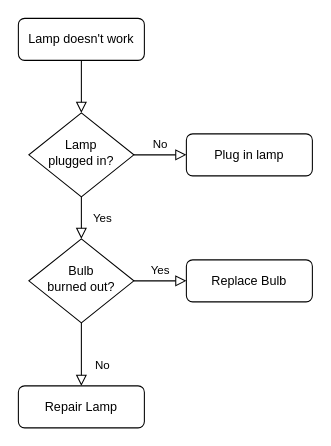
jimmy-do/100-days-of-Python keeps this draw.io diagram as day6/Untitled Diagram.drawio. Above is the earlier version. Source tidied: cells renumbered, new cells numbered last; positions are measured from the earlier drawing's top-left corner, leaving out a move shared by most shapes. Both pictures are drawn from the tidied source at 105%, with x=0, y=0 at pixel (18, 18).
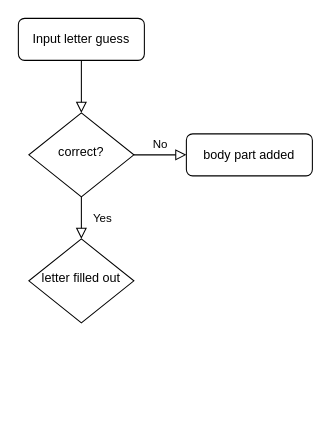
Above is the later version.

The edit, as a diff of the source:
```diff
@@
 <mxGraphModel>
   <root>
     <mxCell id="0" />
     <mxCell id="1" parent="0" />
     <mxCell id="2" style="rounded=0;html=1;jettySize=auto;fontSize=11;endArrow=block;endFill=0;endSize=8;strokeWidth=1;shadow=0;labelBackgroundColor=none;edgeStyle=orthogonalEdgeStyle;" parent="1" edge="1" source="3" target="6">
       <mxGeometry relative="1" as="geometry" />
     </mxCell>
-    <mxCell id="3" value="Lamp doesn't work" style="rounded=1;whiteSpace=wrap;html=1;fontSize=12;glass=0;strokeWidth=1;shadow=0;" parent="1" vertex="1">
+    <mxCell id="3" value="Input letter guess" style="rounded=1;whiteSpace=wrap;html=1;fontSize=12;glass=0;strokeWidth=1;shadow=0;" parent="1" vertex="1">
       <mxGeometry width="120" height="40" as="geometry" />
     </mxCell>
     <mxCell id="4" value="Yes" style="rounded=0;html=1;jettySize=auto;fontSize=11;endArrow=block;endFill=0;endSize=8;strokeWidth=1;shadow=0;labelBackgroundColor=none;edgeStyle=orthogonalEdgeStyle;" parent="1" edge="1" source="6" target="10">
       <mxGeometry y="20" relative="1" as="geometry" />
     </mxCell>
     <mxCell id="5" value="No" style="edgeStyle=orthogonalEdgeStyle;rounded=0;html=1;jettySize=auto;fontSize=11;endArrow=block;endFill=0;endSize=8;strokeWidth=1;shadow=0;labelBackgroundColor=none;" parent="1" edge="1" source="6" target="7">
       <mxGeometry y="10" relative="1" as="geometry" />
     </mxCell>
-    <mxCell id="6" value="Lamp&lt;br&gt;plugged in?" style="rhombus;whiteSpace=wrap;html=1;shadow=0;fontFamily=Helvetica;fontSize=12;align=center;strokeWidth=1;spacing=6;spacingTop=-4;" parent="1" vertex="1">
+    <mxCell id="6" value="correct?" style="rhombus;whiteSpace=wrap;html=1;shadow=0;fontFamily=Helvetica;fontSize=12;align=center;strokeWidth=1;spacing=6;spacingTop=-4;" parent="1" vertex="1">
       <mxGeometry x="10" y="90" width="100" height="80" as="geometry" />
     </mxCell>
-    <mxCell id="7" value="Plug in lamp" style="rounded=1;whiteSpace=wrap;html=1;fontSize=12;glass=0;strokeWidth=1;shadow=0;" parent="1" vertex="1">
+    <mxCell id="7" value="body part added" style="rounded=1;whiteSpace=wrap;html=1;fontSize=12;glass=0;strokeWidth=1;shadow=0;" parent="1" vertex="1">
       <mxGeometry x="160" y="110" width="120" height="40" as="geometry" />
     </mxCell>
-    <mxCell id="8" value="No" style="rounded=0;html=1;jettySize=auto;fontSize=11;endArrow=block;endFill=0;endSize=8;strokeWidth=1;shadow=0;labelBackgroundColor=none;edgeStyle=orthogonalEdgeStyle;" parent="1" edge="1" source="10" target="11">
-      <mxGeometry x="0.33" y="20" relative="1" as="geometry" />
-    </mxCell>
-    <mxCell id="9" value="Yes" style="edgeStyle=orthogonalEdgeStyle;rounded=0;html=1;jettySize=auto;fontSize=11;endArrow=block;endFill=0;endSize=8;strokeWidth=1;shadow=0;labelBackgroundColor=none;" parent="1" edge="1" source="10" target="12">
-      <mxGeometry y="10" relative="1" as="geometry" />
-    </mxCell>
-    <mxCell id="10" value="Bulb&lt;br&gt;burned out?" style="rhombus;whiteSpace=wrap;html=1;shadow=0;fontFamily=Helvetica;fontSize=12;align=center;strokeWidth=1;spacing=6;spacingTop=-4;" parent="1" vertex="1">
+    <mxCell id="10" value="letter filled out" style="rhombus;whiteSpace=wrap;html=1;shadow=0;fontFamily=Helvetica;fontSize=12;align=center;strokeWidth=1;spacing=6;spacingTop=-4;" parent="1" vertex="1">
       <mxGeometry x="10" y="210" width="100" height="80" as="geometry" />
     </mxCell>
-    <mxCell id="11" value="Repair Lamp" style="rounded=1;whiteSpace=wrap;html=1;fontSize=12;glass=0;strokeWidth=1;shadow=0;" parent="1" vertex="1">
-      <mxGeometry y="350" width="120" height="40" as="geometry" />
-    </mxCell>
-    <mxCell id="12" value="Replace Bulb" style="rounded=1;whiteSpace=wrap;html=1;fontSize=12;glass=0;strokeWidth=1;shadow=0;" parent="1" vertex="1">
-      <mxGeometry x="160" y="230" width="120" height="40" as="geometry" />
-    </mxCell>
   </root>
 </mxGraphModel>
```
